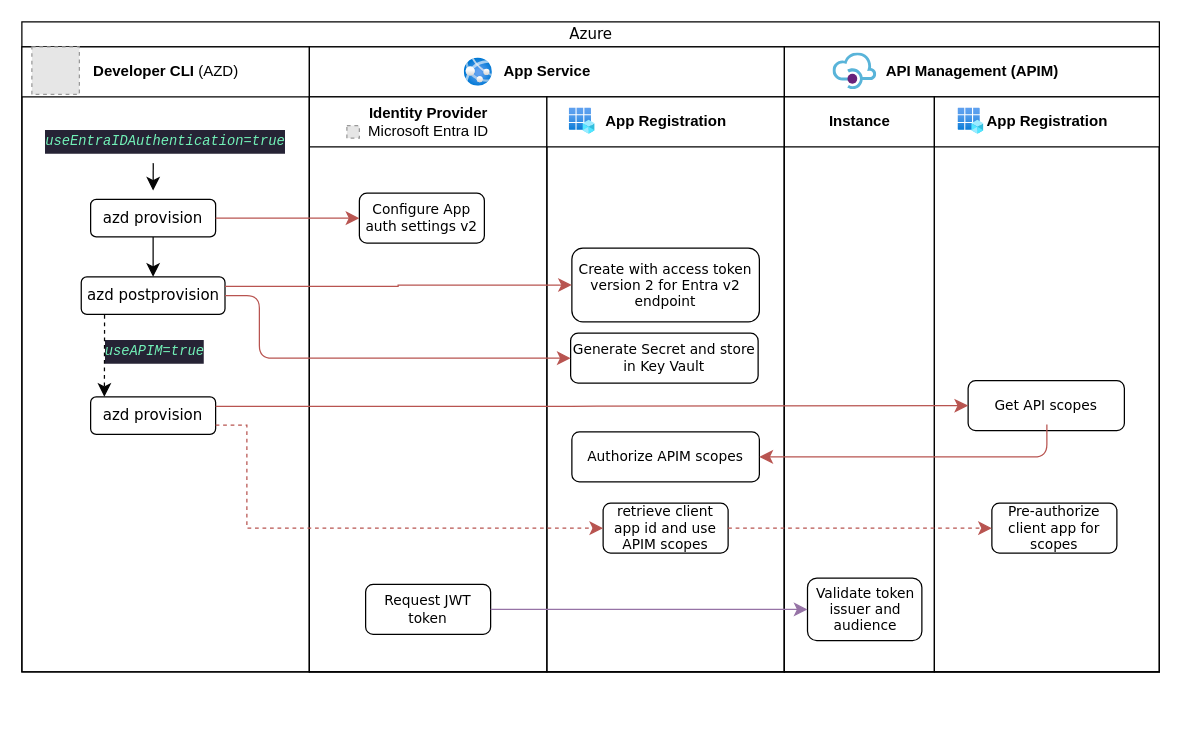
Earlier version of the draw.io diagram page "App Service PaaS Auth" (1 of 2) of assets/sap-cloud-sdk-auth.drawio (Azure-Samples/app-service-javascript-sap-cloud-sdk-quickstart). Source tidied: cells renumbered, new cells numbered last; positions are measured from the earlier drawing's top-left corner, leaving out a move shared by most shapes. Both pictures are drawn from the tidied source at 125%, with x=0, y=0 at pixel (21, 21). Pictures stored in the file or linked from it are replaced by grey dashed boxes.
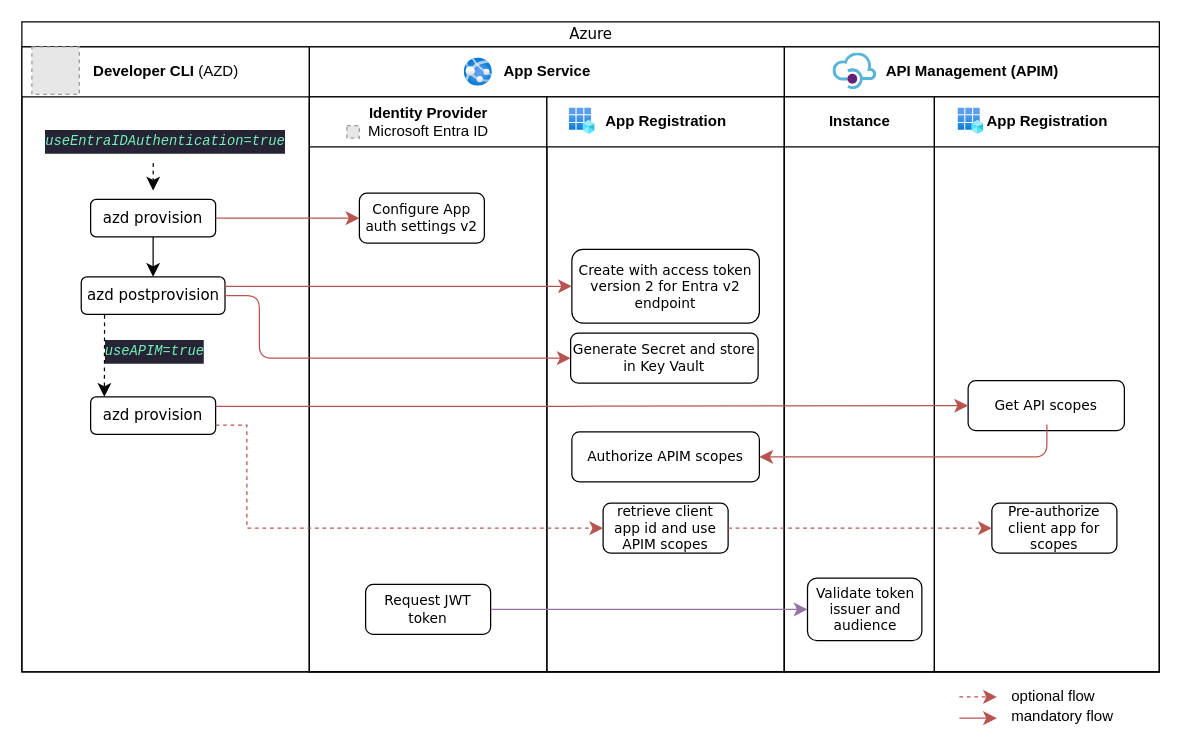
After the change.

Unchanged cells that the change refers to:
```xml
<mxCell id="3" value="Developer CLI &lt;span style=&quot;font-weight: normal;&quot;&gt;(AZD)&lt;/span&gt;" style="swimlane;html=1;startSize=40;" parent="2" vertex="1">
  <mxGeometry y="20" width="230" height="500" as="geometry" />
</mxCell>
<mxCell id="18" value="App Registration" style="swimlane;html=1;startSize=40;verticalAlign=middle;" parent="13" vertex="1">
  <mxGeometry x="190" y="40" width="190" height="460" as="geometry" />
</mxCell>
```

Change to the diagram source:
```diff
@@
-    <mxCell id="9" style="edgeStyle=elbowEdgeStyle;elbow=horizontal;endArrow=classic;html=1;curved=0;rounded=0;endSize=8;startSize=8;entryX=0.5;entryY=0;entryDx=0;entryDy=0;fillColor=#f8cecc;strokeColor=#050505;" parent="3" edge="1">
+    <mxCell id="9" style="edgeStyle=elbowEdgeStyle;elbow=horizontal;endArrow=classic;html=1;curved=0;rounded=0;endSize=8;startSize=8;entryX=0.5;entryY=0;entryDx=0;entryDy=0;fillColor=#f8cecc;strokeColor=#050505;dashed=1;" parent="3" edge="1">
       <mxGeometry relative="1" as="geometry">
         <mxPoint x="105.1" y="93" as="sourcePoint" />
         <mxPoint x="105" y="115" as="targetPoint" />
       </mxGeometry>
     </mxCell>
@@
     <mxCell id="20" value="&lt;font style=&quot;font-size: 11px;&quot;&gt;Create with access token version 2 for Entra v2 endpoint&lt;/font&gt;" style="rounded=1;whiteSpace=wrap;html=1;shadow=0;labelBackgroundColor=none;strokeWidth=1;fontFamily=Verdana;fontSize=8;align=center;" parent="18" vertex="1">
-      <mxGeometry x="20" y="121" width="150" height="59" as="geometry" />
+      <mxGeometry x="20" y="122" width="150" height="59" as="geometry" />
     </mxCell>
@@
+    <mxCell id="41" style="edgeStyle=elbowEdgeStyle;elbow=horizontal;endArrow=classic;html=1;curved=0;rounded=0;endSize=8;startSize=8;exitX=1;exitY=0.5;exitDx=0;exitDy=0;dashed=1;fillColor=#f8cecc;strokeColor=#b85450;" parent="1" edge="1">
+      <mxGeometry relative="1" as="geometry">
+        <mxPoint x="750" y="540" as="sourcePoint" />
+        <mxPoint x="780" y="540" as="targetPoint" />
+      </mxGeometry>
+    </mxCell>
+    <mxCell id="42" style="edgeStyle=elbowEdgeStyle;elbow=horizontal;endArrow=classic;html=1;curved=0;rounded=0;endSize=8;startSize=8;exitX=1;exitY=0.5;exitDx=0;exitDy=0;fillColor=#f8cecc;strokeColor=#b85450;" parent="1" edge="1">
+      <mxGeometry relative="1" as="geometry">
+        <mxPoint x="750" y="557" as="sourcePoint" />
+        <mxPoint x="780" y="557" as="targetPoint" />
+      </mxGeometry>
+    </mxCell>
+    <mxCell id="43" value="optional flow" style="text;html=1;strokeColor=none;fillColor=none;align=left;verticalAlign=middle;whiteSpace=wrap;rounded=0;" parent="1" vertex="1">
+      <mxGeometry x="790" y="530" width="90" height="20" as="geometry" />
+    </mxCell>
+    <mxCell id="44" value="mandatory flow" style="text;html=1;strokeColor=none;fillColor=none;align=left;verticalAlign=middle;whiteSpace=wrap;rounded=0;" parent="1" vertex="1">
+      <mxGeometry x="790" y="546" width="90" height="20" as="geometry" />
+    </mxCell>
```
